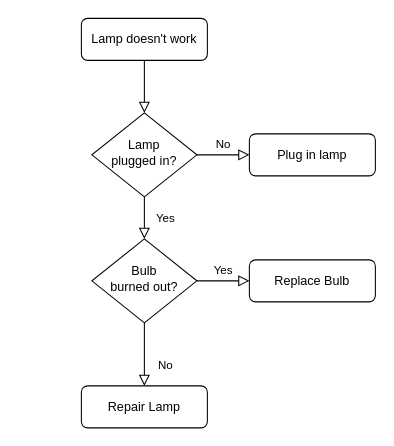
Earlier version of the draw.io diagram Hangman.drawio (cmcklveen/Flowcharts). Source tidied: cells renumbered, new cells numbered last; positions are measured from the earlier drawing's top-left corner, leaving out a move shared by most shapes. Both pictures are drawn from the tidied source at 105%, with x=0, y=0 at pixel (81, 18).
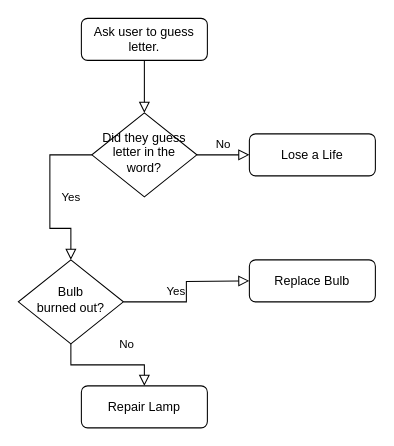
The same page after the edit.

The edit, as a diff of the source:
```diff
@@
 <mxGraphModel>
   <root>
     <mxCell id="0" />
     <mxCell id="1" parent="0" />
     <mxCell id="2" style="rounded=0;html=1;jettySize=auto;fontSize=11;endArrow=block;endFill=0;endSize=8;strokeWidth=1;shadow=0;labelBackgroundColor=none;edgeStyle=orthogonalEdgeStyle;" parent="1" edge="1" source="3" target="6">
       <mxGeometry relative="1" as="geometry" />
     </mxCell>
-    <mxCell id="3" value="Lamp doesn't work" style="rounded=1;whiteSpace=wrap;html=1;fontSize=12;glass=0;strokeWidth=1;shadow=0;" parent="1" vertex="1">
+    <mxCell id="3" value="Ask user to guess letter." style="rounded=1;whiteSpace=wrap;html=1;fontSize=12;glass=0;strokeWidth=1;shadow=0;" parent="1" vertex="1">
       <mxGeometry width="120" height="40" as="geometry" />
     </mxCell>
     <mxCell id="4" value="Yes" style="rounded=0;html=1;jettySize=auto;fontSize=11;endArrow=block;endFill=0;endSize=8;strokeWidth=1;shadow=0;labelBackgroundColor=none;edgeStyle=orthogonalEdgeStyle;" parent="1" edge="1" source="6" target="10">
-      <mxGeometry y="20" relative="1" as="geometry" />
+      <mxGeometry y="20" relative="1" as="geometry">
+        <Array as="points">
+          <mxPoint x="-30" y="130" />
+          <mxPoint x="-30" y="200" />
+          <mxPoint x="-10" y="200" />
+        </Array>
+      </mxGeometry>
     </mxCell>
     <mxCell id="5" value="No" style="edgeStyle=orthogonalEdgeStyle;rounded=0;html=1;jettySize=auto;fontSize=11;endArrow=block;endFill=0;endSize=8;strokeWidth=1;shadow=0;labelBackgroundColor=none;" parent="1" edge="1" source="6" target="7">
       <mxGeometry y="10" relative="1" as="geometry" />
     </mxCell>
-    <mxCell id="6" value="Lamp&lt;br&gt;plugged in?" style="rhombus;whiteSpace=wrap;html=1;shadow=0;fontFamily=Helvetica;fontSize=12;align=center;strokeWidth=1;spacing=6;spacingTop=-4;" parent="1" vertex="1">
+    <mxCell id="6" value="Did they guess letter in the word?" style="rhombus;whiteSpace=wrap;html=1;shadow=0;fontFamily=Helvetica;fontSize=12;align=center;strokeWidth=1;spacing=6;spacingTop=-4;" parent="1" vertex="1">
       <mxGeometry x="10" y="90" width="100" height="80" as="geometry" />
     </mxCell>
-    <mxCell id="7" value="Plug in lamp" style="rounded=1;whiteSpace=wrap;html=1;fontSize=12;glass=0;strokeWidth=1;shadow=0;" parent="1" vertex="1">
+    <mxCell id="7" value="Lose a Life" style="rounded=1;whiteSpace=wrap;html=1;fontSize=12;glass=0;strokeWidth=1;shadow=0;" parent="1" vertex="1">
       <mxGeometry x="160" y="110" width="120" height="40" as="geometry" />
     </mxCell>
     <mxCell id="8" value="No" style="rounded=0;html=1;jettySize=auto;fontSize=11;endArrow=block;endFill=0;endSize=8;strokeWidth=1;shadow=0;labelBackgroundColor=none;edgeStyle=orthogonalEdgeStyle;" parent="1" edge="1" source="10" target="11">
       <mxGeometry x="0.33" y="20" relative="1" as="geometry" />
     </mxCell>
-    <mxCell id="9" value="Yes" style="edgeStyle=orthogonalEdgeStyle;rounded=0;html=1;jettySize=auto;fontSize=11;endArrow=block;endFill=0;endSize=8;strokeWidth=1;shadow=0;labelBackgroundColor=none;" parent="1" edge="1" source="10" target="12">
-      <mxGeometry y="10" relative="1" as="geometry" />
+    <mxCell id="9" value="Yes" style="edgeStyle=orthogonalEdgeStyle;rounded=0;html=1;jettySize=auto;fontSize=11;endArrow=block;endFill=0;endSize=8;strokeWidth=1;shadow=0;labelBackgroundColor=none;" parent="1" edge="1" source="10">
+      <mxGeometry y="10" relative="1" as="geometry">
+        <mxPoint x="160" y="250" as="targetPoint" />
+      </mxGeometry>
     </mxCell>
     <mxCell id="10" value="Bulb&lt;br&gt;burned out?" style="rhombus;whiteSpace=wrap;html=1;shadow=0;fontFamily=Helvetica;fontSize=12;align=center;strokeWidth=1;spacing=6;spacingTop=-4;" parent="1" vertex="1">
-      <mxGeometry x="10" y="210" width="100" height="80" as="geometry" />
+      <mxGeometry x="-60" y="230" width="100" height="80" as="geometry" />
     </mxCell>
     <mxCell id="11" value="Repair Lamp" style="rounded=1;whiteSpace=wrap;html=1;fontSize=12;glass=0;strokeWidth=1;shadow=0;" parent="1" vertex="1">
       <mxGeometry y="350" width="120" height="40" as="geometry" />
     </mxCell>
     <mxCell id="12" value="Replace Bulb" style="rounded=1;whiteSpace=wrap;html=1;fontSize=12;glass=0;strokeWidth=1;shadow=0;" parent="1" vertex="1">
       <mxGeometry x="160" y="230" width="120" height="40" as="geometry" />
     </mxCell>
   </root>
 </mxGraphModel>
```
